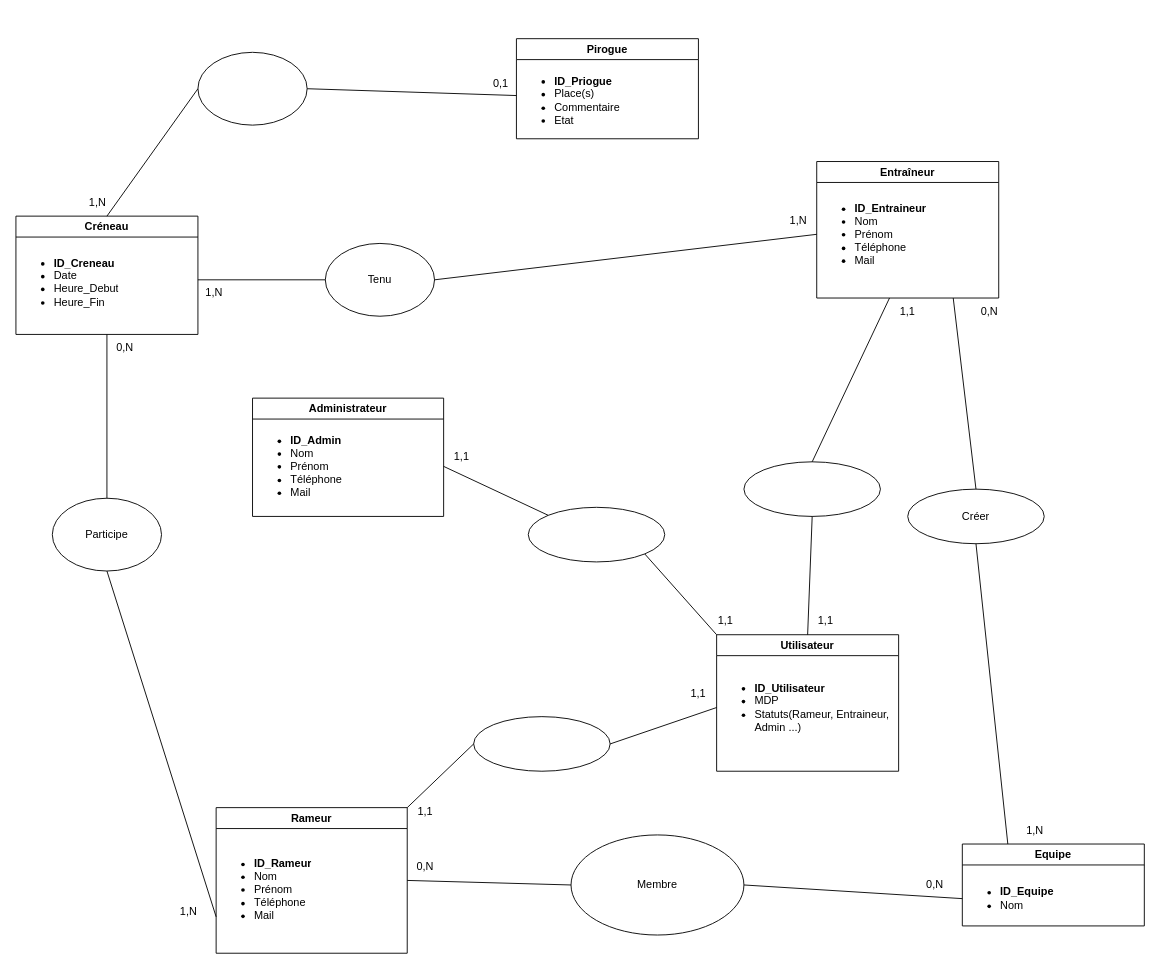
Earlier version of the draw.io diagram Docs/Back_End/MCD_VAapp.drawio (tteuru09/VAapp_project). Source tidied: cells renumbered, new cells numbered last; positions are measured from the earlier drawing's top-left corner, leaving out a move shared by most shapes. Both pictures are drawn from the tidied source at 91%, with x=0, y=0 at pixel (15, 38).
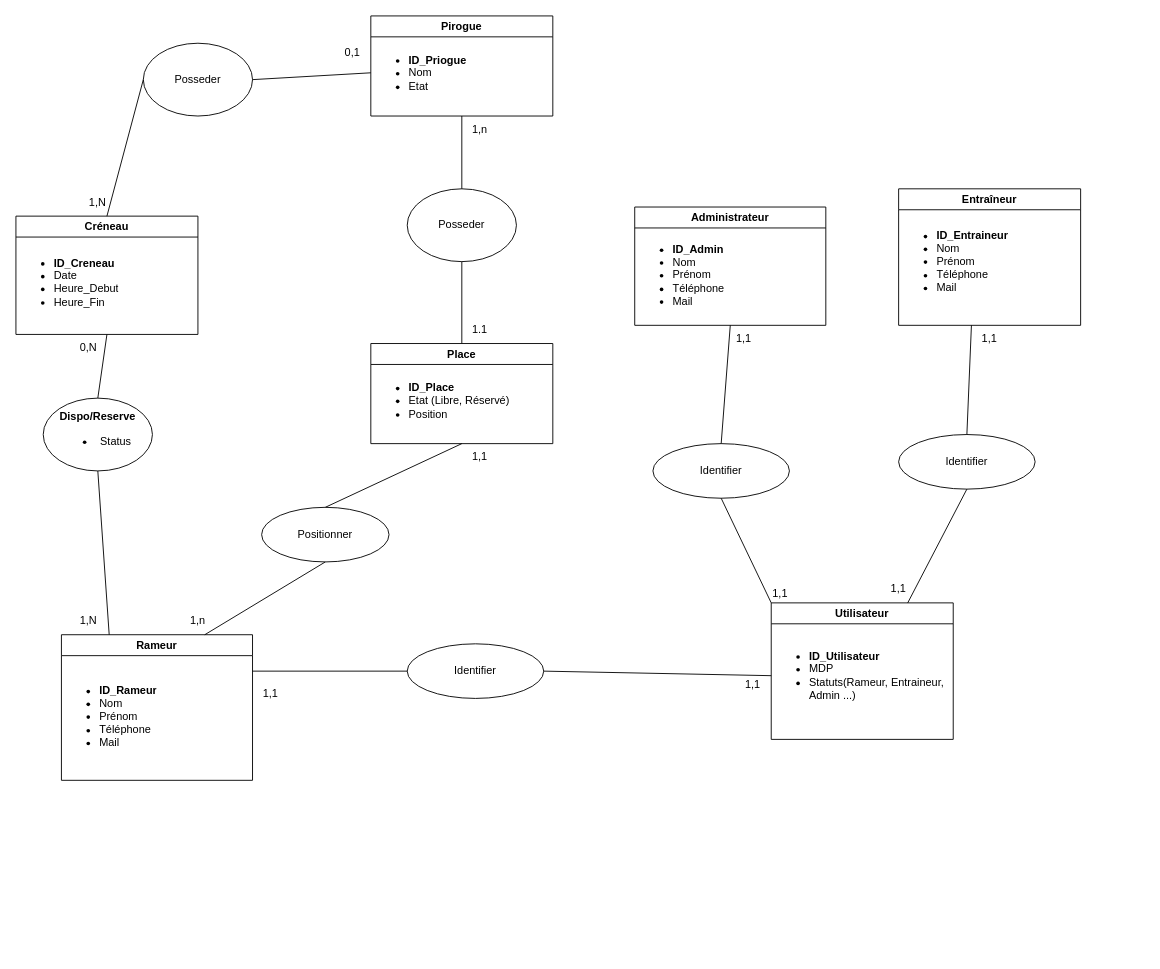
The same diagram, later.

Commit message (it also covers changes not shown here):
Back_End_v0.2

Unchanged cells that the change refers to:
```xml
<mxCell id="3" value="&lt;ul&gt;&lt;li&gt;&lt;b&gt;ID_Rameur&lt;/b&gt;&lt;/li&gt;&lt;li&gt;Nom&lt;/li&gt;&lt;li&gt;Prénom&lt;/li&gt;&lt;li&gt;Téléphone&lt;/li&gt;&lt;li&gt;Mail&lt;/li&gt;&lt;/ul&gt;" style="text;strokeColor=none;fillColor=none;html=1;whiteSpace=wrap;verticalAlign=middle;overflow=hidden;" parent="2" vertex="1">
  <mxGeometry y="30" width="200" height="120" as="geometry" />
</mxCell>
<mxCell id="5" value="&lt;ul&gt;&lt;li style=&quot;border-color: var(--border-color);&quot;&gt;&lt;b&gt;ID_Entraineur&lt;/b&gt;&lt;/li&gt;&lt;li style=&quot;border-color: var(--border-color);&quot;&gt;&lt;span style=&quot;background-color: initial;&quot;&gt;Nom&lt;/span&gt;&lt;br&gt;&lt;/li&gt;&lt;li&gt;Prénom&lt;/li&gt;&lt;li&gt;Téléphone&lt;/li&gt;&lt;li&gt;Mail&lt;/li&gt;&lt;/ul&gt;" style="text;strokeColor=none;fillColor=none;html=1;whiteSpace=wrap;verticalAlign=middle;overflow=hidden;" parent="4" vertex="1">
  <mxGeometry y="20" width="200" height="120" as="geometry" />
</mxCell>
<mxCell id="7" value="&lt;ul style=&quot;border-color: var(--border-color);&quot;&gt;&lt;li style=&quot;border-color: var(--border-color);&quot;&gt;&lt;b&gt;ID_Creneau&lt;/b&gt;&lt;/li&gt;&lt;li style=&quot;border-color: var(--border-color);&quot;&gt;Date&lt;/li&gt;&lt;li style=&quot;border-color: var(--border-color);&quot;&gt;Heure_Debut&lt;/li&gt;&lt;li style=&quot;border-color: var(--border-color);&quot;&gt;Heure_Fin&lt;/li&gt;&lt;/ul&gt;&lt;div&gt;&lt;/div&gt;" style="text;strokeColor=none;fillColor=none;html=1;whiteSpace=wrap;verticalAlign=middle;overflow=hidden;" parent="6" vertex="1">
  <mxGeometry y="30" width="200" height="80" as="geometry" />
</mxCell>
<mxCell id="26" value="&lt;ul&gt;&lt;li style=&quot;border-color: var(--border-color);&quot;&gt;&lt;b&gt;ID_Admin&lt;/b&gt;&lt;/li&gt;&lt;li style=&quot;border-color: var(--border-color);&quot;&gt;&lt;span style=&quot;background-color: initial;&quot;&gt;Nom&lt;/span&gt;&lt;br&gt;&lt;/li&gt;&lt;li style=&quot;border-color: var(--border-color);&quot;&gt;Prénom&lt;/li&gt;&lt;li style=&quot;border-color: var(--border-color);&quot;&gt;Téléphone&lt;/li&gt;&lt;li style=&quot;border-color: var(--border-color);&quot;&gt;Mail&lt;/li&gt;&lt;/ul&gt;" style="text;strokeColor=none;fillColor=none;html=1;whiteSpace=wrap;verticalAlign=middle;overflow=hidden;" parent="25" vertex="1">
  <mxGeometry y="20" width="210" height="110" as="geometry" />
</mxCell>
```

Change to the diagram source:
```diff
@@
     <mxCell id="2" value="Rameur" style="swimlane;whiteSpace=wrap;html=1;" parent="1" vertex="1">
-      <mxGeometry x="220" y="845" width="210" height="160" as="geometry" />
+      <mxGeometry x="50" y="655" width="210" height="160" as="geometry" />
     </mxCell>
@@
     <mxCell id="4" value="Entraîneur" style="swimlane;whiteSpace=wrap;html=1;" parent="1" vertex="1">
-      <mxGeometry x="880" y="135" width="200" height="150" as="geometry" />
+      <mxGeometry x="970" y="165" width="200" height="150" as="geometry" />
     </mxCell>
@@
     <mxCell id="8" value="Pirogue" style="swimlane;whiteSpace=wrap;html=1;" parent="1" vertex="1">
-      <mxGeometry x="550" width="200" height="110" as="geometry" />
+      <mxGeometry x="390" y="-25" width="200" height="110" as="geometry" />
     </mxCell>
-    <mxCell id="9" value="&lt;ul style=&quot;border-color: var(--border-color);&quot;&gt;&lt;li style=&quot;border-color: var(--border-color);&quot;&gt;&lt;b&gt;ID_Priogue&lt;/b&gt;&lt;/li&gt;&lt;li style=&quot;border-color: var(--border-color);&quot;&gt;Place(s)&lt;/li&gt;&lt;li style=&quot;border-color: var(--border-color);&quot;&gt;Commentaire&lt;/li&gt;&lt;li style=&quot;border-color: var(--border-color);&quot;&gt;Etat&lt;/li&gt;&lt;/ul&gt;&lt;div&gt;&lt;/div&gt;" style="text;strokeColor=none;fillColor=none;html=1;whiteSpace=wrap;verticalAlign=middle;overflow=hidden;" parent="8" vertex="1">
+    <mxCell id="9" value="&lt;ul style=&quot;border-color: var(--border-color);&quot;&gt;&lt;li style=&quot;border-color: var(--border-color);&quot;&gt;&lt;b&gt;ID_Priogue&lt;/b&gt;&lt;/li&gt;&lt;li style=&quot;border-color: var(--border-color);&quot;&gt;Nom&lt;/li&gt;&lt;li style=&quot;border-color: var(--border-color);&quot;&gt;Etat&lt;/li&gt;&lt;/ul&gt;&lt;div&gt;&lt;/div&gt;" style="text;strokeColor=none;fillColor=none;html=1;whiteSpace=wrap;verticalAlign=middle;overflow=hidden;" parent="8" vertex="1">
       <mxGeometry y="25" width="200" height="75" as="geometry" />
     </mxCell>
-    <mxCell id="10" value="Equipe" style="swimlane;whiteSpace=wrap;html=1;" parent="1" vertex="1">
-      <mxGeometry x="1040" y="885" width="200" height="90" as="geometry" />
-    </mxCell>
-    <mxCell id="11" value="&lt;ul&gt;&lt;li style=&quot;border-color: var(--border-color);&quot;&gt;&lt;b&gt;ID_Equipe&lt;/b&gt;&lt;/li&gt;&lt;li style=&quot;border-color: var(--border-color);&quot;&gt;Nom&lt;/li&gt;&lt;/ul&gt;" style="text;strokeColor=none;fillColor=none;html=1;whiteSpace=wrap;verticalAlign=middle;overflow=hidden;" parent="10" vertex="1">
-      <mxGeometry y="30" width="200" height="60" as="geometry" />
-    </mxCell>
-    <mxCell id="12" value="Membre" style="ellipse;whiteSpace=wrap;html=1;" parent="1" vertex="1">
-      <mxGeometry x="610" y="875" width="190" height="110" as="geometry" />
-    </mxCell>
-    <mxCell id="13" style="ellipse;whiteSpace=wrap;html=1;" parent="1" vertex="1">
-      <mxGeometry x="200" y="15" width="120" height="80" as="geometry" />
+    <mxCell id="13" value="Posseder" style="ellipse;whiteSpace=wrap;html=1;" parent="1" vertex="1">
+      <mxGeometry x="140" y="5" width="120" height="80" as="geometry" />
     </mxCell>
@@
     <mxCell id="17" value="0,1" style="text;html=1;strokeColor=none;fillColor=none;align=center;verticalAlign=middle;whiteSpace=wrap;rounded=0;" parent="1" vertex="1">
-      <mxGeometry x="503" y="35" width="60" height="30" as="geometry" />
+      <mxGeometry x="340" width="60" height="30" as="geometry" />
     </mxCell>
-    <mxCell id="18" value="Participe" style="ellipse;whiteSpace=wrap;html=1;" parent="1" vertex="1">
-      <mxGeometry x="40" y="505" width="120" height="80" as="geometry" />
+    <mxCell id="18" value="&lt;b&gt;Dispo/Reserve&lt;/b&gt;&lt;br&gt;&lt;ul&gt;&lt;li&gt;Status&lt;/li&gt;&lt;/ul&gt;" style="ellipse;whiteSpace=wrap;html=1;" parent="1" vertex="1">
+      <mxGeometry x="30" y="395" width="120" height="80" as="geometry" />
     </mxCell>
@@
-    <mxCell id="20" style="endArrow=none;html=1;rounded=0;entryX=0.5;entryY=1;entryDx=0;entryDy=0;exitX=0;exitY=0.75;exitDx=0;exitDy=0;" parent="1" edge="1" source="3" target="18">
+    <mxCell id="20" style="endArrow=none;html=1;rounded=0;entryX=0.5;entryY=1;entryDx=0;entryDy=0;exitX=0.25;exitY=0;exitDx=0;exitDy=0;" parent="1" edge="1" source="2" target="18">
       <mxGeometry relative="1" as="geometry" />
     </mxCell>
     <mxCell id="21" value="0,N" style="text;html=1;strokeColor=none;fillColor=none;align=center;verticalAlign=middle;whiteSpace=wrap;rounded=0;" parent="1" vertex="1">
-      <mxGeometry x="90" y="325" width="60" height="30" as="geometry" />
+      <mxGeometry x="50" y="325" width="60" height="30" as="geometry" />
     </mxCell>
-    <mxCell id="22" value="Tenu" style="ellipse;whiteSpace=wrap;html=1;" parent="1" vertex="1">
-      <mxGeometry x="340" y="225" width="120" height="80" as="geometry" />
-    </mxCell>
-    <mxCell id="23" style="endArrow=none;html=1;rounded=0;entryX=0;entryY=0.5;entryDx=0;entryDy=0;exitX=1;exitY=0.5;exitDx=0;exitDy=0;" parent="1" edge="1" source="7" target="22">
-      <mxGeometry relative="1" as="geometry" />
-    </mxCell>
-    <mxCell id="24" value="1,N" style="text;html=1;strokeColor=none;fillColor=none;align=center;verticalAlign=middle;whiteSpace=wrap;rounded=0;" parent="1" vertex="1">
-      <mxGeometry x="188" y="264" width="60" height="30" as="geometry" />
-    </mxCell>
     <mxCell id="25" value="Administrateur" style="swimlane;whiteSpace=wrap;html=1;" parent="1" vertex="1">
-      <mxGeometry x="260" y="395" width="210" height="130" as="geometry" />
+      <mxGeometry x="680" y="185" width="210" height="130" as="geometry" />
     </mxCell>
@@
-    <mxCell id="27" value="Créer" style="ellipse;whiteSpace=wrap;html=1;" parent="1" vertex="1">
-      <mxGeometry x="980" y="495" width="150" height="60" as="geometry" />
-    </mxCell>
-    <mxCell id="28" style="endArrow=none;html=1;rounded=0;entryX=0;entryY=0.5;entryDx=0;entryDy=0;exitX=1;exitY=0.5;exitDx=0;exitDy=0;" parent="1" edge="1" source="2" target="12">
-      <mxGeometry relative="1" as="geometry" />
-    </mxCell>
-    <mxCell id="29" style="endArrow=none;html=1;rounded=0;entryX=0;entryY=0.5;entryDx=0;entryDy=0;exitX=1;exitY=0.5;exitDx=0;exitDy=0;" parent="1" edge="1" source="12" target="11">
-      <mxGeometry relative="1" as="geometry" />
-    </mxCell>
-    <mxCell id="30" style="endArrow=none;html=1;rounded=0;entryX=0;entryY=0.5;entryDx=0;entryDy=0;exitX=1;exitY=0.5;exitDx=0;exitDy=0;" parent="1" edge="1" source="22" target="5">
-      <mxGeometry relative="1" as="geometry" />
-    </mxCell>
-    <mxCell id="31" style="endArrow=none;html=1;rounded=0;exitX=0.5;exitY=1;exitDx=0;exitDy=0;entryX=0.25;entryY=0;entryDx=0;entryDy=0;" parent="1" edge="1" source="27" target="10">
-      <mxGeometry relative="1" as="geometry" />
-    </mxCell>
-    <mxCell id="32" style="endArrow=none;html=1;rounded=0;entryX=0.5;entryY=0;entryDx=0;entryDy=0;exitX=0.75;exitY=1;exitDx=0;exitDy=0;" parent="1" edge="1" source="4" target="27">
-      <mxGeometry relative="1" as="geometry" />
-    </mxCell>
-    <mxCell id="33" value="1,N" style="text;html=1;strokeColor=none;fillColor=none;align=center;verticalAlign=middle;whiteSpace=wrap;rounded=0;" parent="1" vertex="1">
-      <mxGeometry x="830" y="185" width="60" height="30" as="geometry" />
-    </mxCell>
     <mxCell id="34" value="1,N" style="text;html=1;strokeColor=none;fillColor=none;align=center;verticalAlign=middle;whiteSpace=wrap;rounded=0;" parent="1" vertex="1">
-      <mxGeometry x="160" y="945" width="60" height="30" as="geometry" />
+      <mxGeometry x="50" y="625" width="60" height="30" as="geometry" />
     </mxCell>
-    <mxCell id="35" value="0,N" style="text;html=1;strokeColor=none;fillColor=none;align=center;verticalAlign=middle;whiteSpace=wrap;rounded=0;" parent="1" vertex="1">
-      <mxGeometry x="420" y="895" width="60" height="30" as="geometry" />
-    </mxCell>
-    <mxCell id="36" value="0,N" style="text;html=1;strokeColor=none;fillColor=none;align=center;verticalAlign=middle;whiteSpace=wrap;rounded=0;" parent="1" vertex="1">
-      <mxGeometry x="980" y="915" width="60" height="30" as="geometry" />
-    </mxCell>
-    <mxCell id="37" value="0,N" style="text;html=1;strokeColor=none;fillColor=none;align=center;verticalAlign=middle;whiteSpace=wrap;rounded=0;" parent="1" vertex="1">
-      <mxGeometry x="1040" y="285" width="60" height="30" as="geometry" />
-    </mxCell>
-    <mxCell id="38" value="1,N" style="text;html=1;strokeColor=none;fillColor=none;align=center;verticalAlign=middle;whiteSpace=wrap;rounded=0;" parent="1" vertex="1">
-      <mxGeometry x="1090" y="855" width="60" height="30" as="geometry" />
-    </mxCell>
     <mxCell id="39" value="Utilisateur" style="swimlane;whiteSpace=wrap;html=1;" parent="1" vertex="1">
-      <mxGeometry x="770" y="655" width="200" height="150" as="geometry" />
+      <mxGeometry x="830" y="620" width="200" height="150" as="geometry" />
     </mxCell>
@@
-    <mxCell id="41" style="ellipse;whiteSpace=wrap;html=1;" parent="1" vertex="1">
-      <mxGeometry x="800" y="465" width="150" height="60" as="geometry" />
+    <mxCell id="41" value="Identifier" style="ellipse;whiteSpace=wrap;html=1;" parent="1" vertex="1">
+      <mxGeometry x="970" y="435" width="150" height="60" as="geometry" />
     </mxCell>
-    <mxCell id="42" style="ellipse;whiteSpace=wrap;html=1;" parent="1" vertex="1">
-      <mxGeometry x="503" y="745" width="150" height="60" as="geometry" />
+    <mxCell id="42" value="Identifier" style="ellipse;whiteSpace=wrap;html=1;" parent="1" vertex="1">
+      <mxGeometry x="430" y="665" width="150" height="60" as="geometry" />
     </mxCell>
-    <mxCell id="43" style="ellipse;whiteSpace=wrap;html=1;" parent="1" vertex="1">
-      <mxGeometry x="563" y="515" width="150" height="60" as="geometry" />
+    <mxCell id="43" value="Identifier" style="ellipse;whiteSpace=wrap;html=1;" parent="1" vertex="1">
+      <mxGeometry x="700" y="445" width="150" height="60" as="geometry" />
     </mxCell>
-    <mxCell id="44" style="endArrow=none;html=1;rounded=0;entryX=0;entryY=0;entryDx=0;entryDy=0;exitX=1;exitY=1;exitDx=0;exitDy=0;" parent="1" edge="1" source="43" target="39">
+    <mxCell id="44" style="endArrow=none;html=1;rounded=0;entryX=0;entryY=0;entryDx=0;entryDy=0;exitX=0.5;exitY=1;exitDx=0;exitDy=0;" parent="1" edge="1" source="43" target="39">
       <mxGeometry relative="1" as="geometry" />
     </mxCell>
-    <mxCell id="45" style="endArrow=none;html=1;rounded=0;exitX=1;exitY=0.5;exitDx=0;exitDy=0;entryX=0;entryY=0;entryDx=0;entryDy=0;" parent="1" edge="1" source="26" target="43">
+    <mxCell id="45" style="endArrow=none;html=1;rounded=0;exitX=0.5;exitY=1;exitDx=0;exitDy=0;entryX=0.5;entryY=0;entryDx=0;entryDy=0;" parent="1" edge="1" source="26" target="43">
       <mxGeometry relative="1" as="geometry" />
     </mxCell>
@@
-    <mxCell id="47" style="endArrow=none;html=1;rounded=0;entryX=0;entryY=0.5;entryDx=0;entryDy=0;exitX=1;exitY=0;exitDx=0;exitDy=0;" parent="1" edge="1" source="2" target="42">
+    <mxCell id="47" style="endArrow=none;html=1;rounded=0;entryX=0;entryY=0.5;entryDx=0;entryDy=0;exitX=1;exitY=0.25;exitDx=0;exitDy=0;" parent="1" edge="1" source="2" target="42">
       <mxGeometry relative="1" as="geometry" />
     </mxCell>
-    <mxCell id="48" style="endArrow=none;html=1;rounded=0;entryX=0.5;entryY=0;entryDx=0;entryDy=0;exitX=0.5;exitY=1;exitDx=0;exitDy=0;" parent="1" edge="1" source="41" target="39">
+    <mxCell id="48" style="endArrow=none;html=1;rounded=0;entryX=0.75;entryY=0;entryDx=0;entryDy=0;exitX=0.5;exitY=1;exitDx=0;exitDy=0;" parent="1" edge="1" source="41" target="39">
       <mxGeometry relative="1" as="geometry" />
     </mxCell>
@@
     <mxCell id="50" value="1,1" style="text;html=1;strokeColor=none;fillColor=none;align=center;verticalAlign=middle;whiteSpace=wrap;rounded=0;" parent="1" vertex="1">
-      <mxGeometry x="420" y="835" width="60" height="30" as="geometry" />
+      <mxGeometry x="250" y="705" width="60" height="30" as="geometry" />
     </mxCell>
     <mxCell id="51" value="1,1" style="text;html=1;strokeColor=none;fillColor=none;align=center;verticalAlign=middle;whiteSpace=wrap;rounded=0;" parent="1" vertex="1">
-      <mxGeometry x="720" y="705" width="60" height="30" as="geometry" />
+      <mxGeometry x="780" y="695" width="60" height="30" as="geometry" />
     </mxCell>
     <mxCell id="52" value="1,1" style="text;html=1;strokeColor=none;fillColor=none;align=center;verticalAlign=middle;whiteSpace=wrap;rounded=0;" parent="1" vertex="1">
-      <mxGeometry x="750" y="625" width="60" height="30" as="geometry" />
+      <mxGeometry x="810" y="595" width="60" height="30" as="geometry" />
     </mxCell>
     <mxCell id="53" value="1,1" style="text;html=1;strokeColor=none;fillColor=none;align=center;verticalAlign=middle;whiteSpace=wrap;rounded=0;" parent="1" vertex="1">
-      <mxGeometry x="860" y="625" width="60" height="30" as="geometry" />
+      <mxGeometry x="940" y="590" width="60" height="30" as="geometry" />
     </mxCell>
     <mxCell id="54" value="1,1" style="text;html=1;strokeColor=none;fillColor=none;align=center;verticalAlign=middle;whiteSpace=wrap;rounded=0;" parent="1" vertex="1">
-      <mxGeometry x="460" y="445" width="60" height="30" as="geometry" />
+      <mxGeometry x="770" y="315" width="60" height="30" as="geometry" />
     </mxCell>
     <mxCell id="55" value="1,1" style="text;html=1;strokeColor=none;fillColor=none;align=center;verticalAlign=middle;whiteSpace=wrap;rounded=0;" parent="1" vertex="1">
-      <mxGeometry x="950" y="285" width="60" height="30" as="geometry" />
+      <mxGeometry x="1040" y="315" width="60" height="30" as="geometry" />
     </mxCell>
+    <mxCell id="56" value="Posseder" style="ellipse;whiteSpace=wrap;html=1;" parent="1" vertex="1">
+      <mxGeometry x="430" y="165" width="120" height="80" as="geometry" />
+    </mxCell>
+    <mxCell id="57" style="endArrow=none;html=1;rounded=0;entryX=0.5;entryY=1;entryDx=0;entryDy=0;exitX=0.5;exitY=0;exitDx=0;exitDy=0;" parent="1" edge="1" source="56" target="8">
+      <mxGeometry relative="1" as="geometry" />
+    </mxCell>
+    <mxCell id="58" style="endArrow=none;html=1;rounded=0;entryX=0.5;entryY=1;entryDx=0;entryDy=0;exitX=0.5;exitY=0;exitDx=0;exitDy=0;" parent="1" edge="1" source="61" target="56">
+      <mxGeometry relative="1" as="geometry" />
+    </mxCell>
+    <mxCell id="59" value="1,n" style="text;html=1;strokeColor=none;fillColor=none;align=center;verticalAlign=middle;whiteSpace=wrap;rounded=0;" parent="1" vertex="1">
+      <mxGeometry x="480" y="85" width="60" height="30" as="geometry" />
+    </mxCell>
+    <mxCell id="60" value="1.1" style="text;html=1;strokeColor=none;fillColor=none;align=center;verticalAlign=middle;whiteSpace=wrap;rounded=0;" parent="1" vertex="1">
+      <mxGeometry x="480" y="305" width="60" height="30" as="geometry" />
+    </mxCell>
+    <mxCell id="61" value="Place" style="swimlane;whiteSpace=wrap;html=1;" parent="1" vertex="1">
+      <mxGeometry x="390" y="335" width="200" height="110" as="geometry" />
+    </mxCell>
+    <mxCell id="62" value="&lt;ul style=&quot;border-color: var(--border-color);&quot;&gt;&lt;li style=&quot;border-color: var(--border-color);&quot;&gt;&lt;b&gt;ID_Place&lt;/b&gt;&lt;/li&gt;&lt;li style=&quot;border-color: var(--border-color);&quot;&gt;Etat (Libre, Réservé)&lt;/li&gt;&lt;li style=&quot;border-color: var(--border-color);&quot;&gt;Position&lt;/li&gt;&lt;/ul&gt;&lt;div&gt;&lt;/div&gt;" style="text;strokeColor=none;fillColor=none;html=1;whiteSpace=wrap;verticalAlign=middle;overflow=hidden;" parent="61" vertex="1">
+      <mxGeometry y="25" width="200" height="75" as="geometry" />
+    </mxCell>
+    <mxCell id="63" value="Positionner" style="ellipse;whiteSpace=wrap;html=1;" parent="1" vertex="1">
+      <mxGeometry x="270" y="515" width="140" height="60" as="geometry" />
+    </mxCell>
+    <mxCell id="64" style="endArrow=none;html=1;rounded=0;entryX=0.5;entryY=1;entryDx=0;entryDy=0;exitX=0.5;exitY=0;exitDx=0;exitDy=0;" parent="1" edge="1" source="63" target="61">
+      <mxGeometry relative="1" as="geometry" />
+    </mxCell>
+    <mxCell id="65" style="endArrow=none;html=1;rounded=0;entryX=0.5;entryY=1;entryDx=0;entryDy=0;exitX=0.75;exitY=0;exitDx=0;exitDy=0;" parent="1" edge="1" source="2" target="63">
+      <mxGeometry relative="1" as="geometry" />
+    </mxCell>
+    <mxCell id="66" value="1,n" style="text;html=1;strokeColor=none;fillColor=none;align=center;verticalAlign=middle;whiteSpace=wrap;rounded=0;" parent="1" vertex="1">
+      <mxGeometry x="170" y="625" width="60" height="30" as="geometry" />
+    </mxCell>
+    <mxCell id="67" value="1,1" style="text;html=1;strokeColor=none;fillColor=none;align=center;verticalAlign=middle;whiteSpace=wrap;rounded=0;" parent="1" vertex="1">
+      <mxGeometry x="480" y="445" width="60" height="30" as="geometry" />
+    </mxCell>
```
